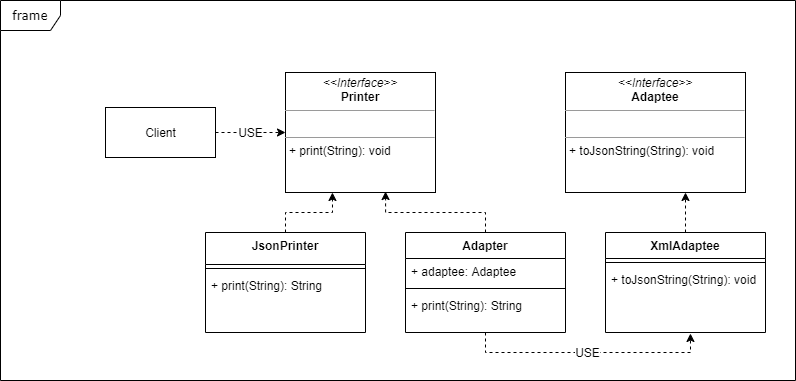
The draw.io diagram img/adapter.uml.png in puppymoon/DesignPattern, before a commit. Source tidied: cells renumbered, new cells last; positions are measured from the earlier drawing's top-left corner, leaving out a move shared by most shapes. Source of this version:
```xml
<mxGraphModel>
  <root>
    <mxCell id="0" />
    <mxCell id="1" parent="0" />
    <mxCell id="2" value="frame" style="shape=umlFrame;whiteSpace=wrap;html=1;rounded=0;shadow=0;comic=0;labelBackgroundColor=none;strokeWidth=1;fontFamily=Verdana;fontSize=10;align=center;" parent="1" vertex="1">
      <mxGeometry width="795" height="380" as="geometry" />
    </mxCell>
    <mxCell id="3" value="&lt;p style=&quot;margin: 0px ; margin-top: 4px ; text-align: center&quot;&gt;&lt;i&gt;&amp;lt;&amp;lt;Interface&amp;gt;&amp;gt;&lt;/i&gt;&lt;br&gt;&lt;b&gt;Adaptee&lt;/b&gt;&lt;br&gt;&lt;/p&gt;&lt;hr size=&quot;1&quot;&gt;&lt;p style=&quot;margin: 0px ; margin-left: 4px&quot;&gt;&lt;br&gt;&lt;/p&gt;&lt;hr size=&quot;1&quot;&gt;&lt;p style=&quot;margin: 0px ; margin-left: 4px&quot;&gt;+ toJsonString(String): void&lt;br&gt;&lt;/p&gt;" style="verticalAlign=top;align=left;overflow=fill;fontSize=12;fontFamily=Helvetica;html=1;rounded=0;shadow=0;comic=0;labelBackgroundColor=none;strokeWidth=1;" parent="1" vertex="1">
      <mxGeometry x="565" y="72" width="180" height="120" as="geometry" />
    </mxCell>
    <mxCell id="4" value="&lt;p style=&quot;margin: 0px ; margin-top: 4px ; text-align: center&quot;&gt;&lt;i&gt;&amp;lt;&amp;lt;Interface&amp;gt;&amp;gt;&lt;/i&gt;&lt;br&gt;&lt;b&gt;Printer&lt;/b&gt;&lt;br&gt;&lt;/p&gt;&lt;hr size=&quot;1&quot;&gt;&lt;p style=&quot;margin: 0px ; margin-left: 4px&quot;&gt;&lt;br&gt;&lt;/p&gt;&lt;hr size=&quot;1&quot;&gt;&lt;p style=&quot;margin: 0px ; margin-left: 4px&quot;&gt;+ print(String): void&lt;br&gt;&lt;/p&gt;" style="verticalAlign=top;align=left;overflow=fill;fontSize=12;fontFamily=Helvetica;html=1;rounded=0;shadow=0;comic=0;labelBackgroundColor=none;strokeWidth=1;" parent="1" vertex="1">
      <mxGeometry x="285" y="72" width="150" height="120" as="geometry" />
    </mxCell>
    <mxCell id="5" style="edgeStyle=orthogonalEdgeStyle;rounded=0;jettySize=auto;html=1;exitX=0.5;exitY=0;exitDx=0;exitDy=0;entryX=0.313;entryY=1;entryDx=0;entryDy=0;entryPerimeter=0;jumpStyle=none;dashed=1;" parent="1" edge="1" source="6" target="4">
      <mxGeometry relative="1" as="geometry" />
    </mxCell>
    <mxCell id="6" value="JsonPrinter" style="swimlane;fontStyle=1;align=center;verticalAlign=top;horizontal=1;startSize=32;" parent="1" vertex="1">
      <mxGeometry x="205" y="232" width="160" height="100" as="geometry" />
    </mxCell>
    <mxCell id="7" style="line;strokeWidth=1;fillColor=none;align=left;verticalAlign=middle;spacingTop=-1;spacingLeft=3;spacingRight=3;labelPosition=right;" parent="6" vertex="1">
      <mxGeometry y="32" width="160" height="8" as="geometry" />
    </mxCell>
    <mxCell id="8" value="+ print(String): String" style="text;strokeColor=none;fillColor=none;align=left;verticalAlign=top;spacingLeft=4;spacingRight=4;overflow=hidden;" parent="6" vertex="1">
      <mxGeometry y="40" width="160" height="60" as="geometry" />
    </mxCell>
    <mxCell id="9" style="edgeStyle=orthogonalEdgeStyle;rounded=0;jumpStyle=none;jettySize=auto;html=1;exitX=0.5;exitY=0;exitDx=0;exitDy=0;dashed=1;" parent="1" edge="1" source="10">
      <mxGeometry relative="1" as="geometry">
        <mxPoint x="685" y="192" as="targetPoint" />
        <Array as="points">
          <mxPoint x="685" y="192" />
        </Array>
      </mxGeometry>
    </mxCell>
    <mxCell id="10" value="XmlAdaptee" style="swimlane;fontStyle=1;align=center;verticalAlign=top;horizontal=1;startSize=26;" parent="1" vertex="1">
      <mxGeometry x="605" y="232" width="160" height="100" as="geometry" />
    </mxCell>
    <mxCell id="11" style="line;strokeWidth=1;fillColor=none;align=left;verticalAlign=middle;spacingTop=-1;spacingLeft=3;spacingRight=3;labelPosition=right;" parent="10" vertex="1">
      <mxGeometry y="26" width="160" height="8" as="geometry" />
    </mxCell>
    <mxCell id="12" value="+ toJsonString(String): void" style="text;strokeColor=none;fillColor=none;align=left;verticalAlign=top;spacingLeft=4;spacingRight=4;overflow=hidden;points=[[0,0.5],[1,0.5]];portConstraint=eastwest;" parent="10" vertex="1">
      <mxGeometry y="34" width="160" height="66" as="geometry" />
    </mxCell>
    <mxCell id="13" style="edgeStyle=orthogonalEdgeStyle;rounded=0;jettySize=auto;html=1;exitX=0.5;exitY=0;exitDx=0;exitDy=0;entryX=0.667;entryY=0.992;entryDx=0;entryDy=0;entryPerimeter=0;dashed=1;" parent="1" edge="1" source="15" target="4">
      <mxGeometry relative="1" as="geometry" />
    </mxCell>
    <mxCell id="14" value="USE" style="edgeStyle=orthogonalEdgeStyle;rounded=0;jumpStyle=none;jettySize=auto;html=1;entryX=0.531;entryY=1.015;entryDx=0;entryDy=0;entryPerimeter=0;dashed=1;" parent="1" edge="1" source="15" target="12">
      <mxGeometry relative="1" as="geometry">
        <Array as="points">
          <mxPoint x="485" y="352" />
          <mxPoint x="690" y="352" />
        </Array>
      </mxGeometry>
    </mxCell>
    <mxCell id="15" value="Adapter" style="swimlane;fontStyle=1;align=center;verticalAlign=top;horizontal=1;startSize=26;" parent="1" vertex="1">
      <mxGeometry x="405" y="232" width="160" height="100" as="geometry" />
    </mxCell>
    <mxCell id="16" value="+ adaptee: Adaptee" style="text;strokeColor=none;fillColor=none;align=left;verticalAlign=top;spacingLeft=4;spacingRight=4;overflow=hidden;" parent="15" vertex="1">
      <mxGeometry y="26" width="160" height="26" as="geometry" />
    </mxCell>
    <mxCell id="17" style="line;strokeWidth=1;fillColor=none;align=left;verticalAlign=middle;spacingTop=-1;spacingLeft=3;spacingRight=3;labelPosition=right;" parent="15" vertex="1">
      <mxGeometry y="52" width="160" height="8" as="geometry" />
    </mxCell>
    <mxCell id="18" value="+ print(String): String" style="text;strokeColor=none;fillColor=none;align=left;verticalAlign=top;spacingLeft=4;spacingRight=4;overflow=hidden;" parent="15" vertex="1">
      <mxGeometry y="60" width="160" height="40" as="geometry" />
    </mxCell>
    <mxCell id="19" value="USE" style="edgeStyle=orthogonalEdgeStyle;rounded=0;jumpStyle=none;jettySize=auto;html=1;dashed=1;" parent="1" edge="1" source="20" target="4">
      <mxGeometry relative="1" as="geometry" />
    </mxCell>
    <mxCell id="20" value="Client" style="html=1;" parent="1" vertex="1">
      <mxGeometry x="105" y="107" width="110" height="50" as="geometry" />
    </mxCell>
  </root>
</mxGraphModel>
```
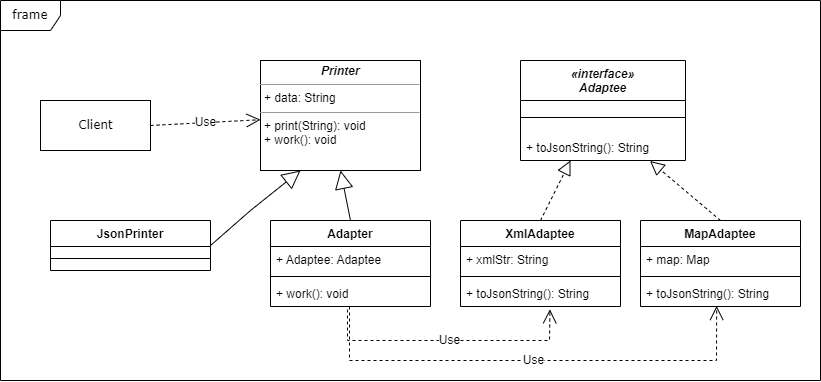
After the change.

Change to the diagram source:
```diff
@@ -3,71 +3,105 @@
     <mxCell id="0" />
     <mxCell id="1" parent="0" />
     <mxCell id="2" value="frame" style="shape=umlFrame;whiteSpace=wrap;html=1;rounded=0;shadow=0;comic=0;labelBackgroundColor=none;strokeWidth=1;fontFamily=Verdana;fontSize=10;align=center;" parent="1" vertex="1">
-      <mxGeometry width="795" height="380" as="geometry" />
+      <mxGeometry x="5" y="10" width="820" height="380" as="geometry" />
     </mxCell>
-    <mxCell id="3" value="&lt;p style=&quot;margin: 0px ; margin-top: 4px ; text-align: center&quot;&gt;&lt;i&gt;&amp;lt;&amp;lt;Interface&amp;gt;&amp;gt;&lt;/i&gt;&lt;br&gt;&lt;b&gt;Adaptee&lt;/b&gt;&lt;br&gt;&lt;/p&gt;&lt;hr size=&quot;1&quot;&gt;&lt;p style=&quot;margin: 0px ; margin-left: 4px&quot;&gt;&lt;br&gt;&lt;/p&gt;&lt;hr size=&quot;1&quot;&gt;&lt;p style=&quot;margin: 0px ; margin-left: 4px&quot;&gt;+ toJsonString(String): void&lt;br&gt;&lt;/p&gt;" style="verticalAlign=top;align=left;overflow=fill;fontSize=12;fontFamily=Helvetica;html=1;rounded=0;shadow=0;comic=0;labelBackgroundColor=none;strokeWidth=1;" parent="1" vertex="1">
-      <mxGeometry x="565" y="72" width="180" height="120" as="geometry" />
-    </mxCell>
-    <mxCell id="4" value="&lt;p style=&quot;margin: 0px ; margin-top: 4px ; text-align: center&quot;&gt;&lt;i&gt;&amp;lt;&amp;lt;Interface&amp;gt;&amp;gt;&lt;/i&gt;&lt;br&gt;&lt;b&gt;Printer&lt;/b&gt;&lt;br&gt;&lt;/p&gt;&lt;hr size=&quot;1&quot;&gt;&lt;p style=&quot;margin: 0px ; margin-left: 4px&quot;&gt;&lt;br&gt;&lt;/p&gt;&lt;hr size=&quot;1&quot;&gt;&lt;p style=&quot;margin: 0px ; margin-left: 4px&quot;&gt;+ print(String): void&lt;br&gt;&lt;/p&gt;" style="verticalAlign=top;align=left;overflow=fill;fontSize=12;fontFamily=Helvetica;html=1;rounded=0;shadow=0;comic=0;labelBackgroundColor=none;strokeWidth=1;" parent="1" vertex="1">
-      <mxGeometry x="285" y="72" width="150" height="120" as="geometry" />
-    </mxCell>
-    <mxCell id="5" style="edgeStyle=orthogonalEdgeStyle;rounded=0;jettySize=auto;html=1;exitX=0.5;exitY=0;exitDx=0;exitDy=0;entryX=0.313;entryY=1;entryDx=0;entryDy=0;entryPerimeter=0;jumpStyle=none;dashed=1;" parent="1" edge="1" source="6" target="4">
-      <mxGeometry relative="1" as="geometry" />
-    </mxCell>
+    <mxCell id="20" value="Client" style="html=1;rounded=0;shadow=0;comic=0;labelBackgroundColor=none;strokeWidth=1;fontFamily=Verdana;fontSize=10;align=center;" parent="1" vertex="1">
+      <mxGeometry x="45" y="110" width="110" height="50" as="geometry" />
+    </mxCell>
+    <mxCell id="15" value="Adapter" style="swimlane;fontStyle=1;align=center;verticalAlign=top;horizontal=1;startSize=26;" parent="1" vertex="1">
+      <mxGeometry x="275" y="230" width="160" height="86" as="geometry" />
+    </mxCell>
+    <mxCell id="21" value="+ Adaptee: Adaptee" style="text;strokeColor=none;fillColor=none;align=left;verticalAlign=top;spacingLeft=4;spacingRight=4;overflow=hidden;fontStyle=0;" parent="15" vertex="1">
+      <mxGeometry y="26" width="160" height="26" as="geometry" />
+    </mxCell>
+    <mxCell id="22" style="line;strokeWidth=1;fillColor=none;align=left;verticalAlign=middle;spacingTop=-1;spacingLeft=3;spacingRight=3;labelPosition=right;" parent="15" vertex="1">
+      <mxGeometry y="52" width="160" height="8" as="geometry" />
+    </mxCell>
+    <mxCell id="23" value="+ work(): void" style="text;strokeColor=none;fillColor=none;align=left;verticalAlign=top;spacingLeft=4;spacingRight=4;overflow=hidden;" parent="15" vertex="1">
+      <mxGeometry y="60" width="160" height="26" as="geometry" />
+    </mxCell>
-    <mxCell id="6" value="JsonPrinter" style="swimlane;fontStyle=1;align=center;verticalAlign=top;horizontal=1;startSize=32;" parent="1" vertex="1">
-      <mxGeometry x="205" y="232" width="160" height="100" as="geometry" />
+    <mxCell id="6" value="JsonPrinter" style="swimlane;fontStyle=1;align=center;verticalAlign=top;horizontal=1;startSize=26;" parent="1" vertex="1">
+      <mxGeometry x="55" y="230" width="160" height="50" as="geometry" />
     </mxCell>
-    <mxCell id="7" style="line;strokeWidth=1;fillColor=none;align=left;verticalAlign=middle;spacingTop=-1;spacingLeft=3;spacingRight=3;labelPosition=right;" parent="6" vertex="1">
-      <mxGeometry y="32" width="160" height="8" as="geometry" />
-    </mxCell>
-    <mxCell id="8" value="+ print(String): String" style="text;strokeColor=none;fillColor=none;align=left;verticalAlign=top;spacingLeft=4;spacingRight=4;overflow=hidden;" parent="6" vertex="1">
-      <mxGeometry y="40" width="160" height="60" as="geometry" />
-    </mxCell>
-    <mxCell id="9" style="edgeStyle=orthogonalEdgeStyle;rounded=0;jumpStyle=none;jettySize=auto;html=1;exitX=0.5;exitY=0;exitDx=0;exitDy=0;dashed=1;" parent="1" edge="1" source="10">
-      <mxGeometry relative="1" as="geometry">
-        <mxPoint x="685" y="192" as="targetPoint" />
-        <Array as="points">
-          <mxPoint x="685" y="192" />
-        </Array>
-      </mxGeometry>
-    </mxCell>
+    <mxCell id="24" style="line;strokeWidth=1;fillColor=none;align=left;verticalAlign=middle;spacingTop=-1;spacingLeft=3;spacingRight=3;labelPosition=right;" parent="6" vertex="1">
+      <mxGeometry y="26" width="160" height="24" as="geometry" />
+    </mxCell>
+    <mxCell id="25" value="MapAdaptee" style="swimlane;fontStyle=1;align=center;verticalAlign=top;horizontal=1;startSize=26;" parent="1" vertex="1">
+      <mxGeometry x="645" y="230" width="160" height="86" as="geometry" />
+    </mxCell>
+    <mxCell id="26" value="+ map: Map" style="text;strokeColor=none;fillColor=none;align=left;verticalAlign=top;spacingLeft=4;spacingRight=4;overflow=hidden;" parent="25" vertex="1">
+      <mxGeometry y="26" width="160" height="26" as="geometry" />
+    </mxCell>
+    <mxCell id="27" style="line;strokeWidth=1;fillColor=none;align=left;verticalAlign=middle;spacingTop=-1;spacingLeft=3;spacingRight=3;labelPosition=right;" parent="25" vertex="1">
+      <mxGeometry y="52" width="160" height="8" as="geometry" />
+    </mxCell>
+    <mxCell id="28" value="+ toJsonString(): String" style="text;strokeColor=none;fillColor=none;align=left;verticalAlign=top;spacingLeft=4;spacingRight=4;overflow=hidden;points=[[0,0.5],[1,0.5]];portConstraint=eastwest;" parent="25" vertex="1">
+      <mxGeometry y="60" width="160" height="26" as="geometry" />
+    </mxCell>
     <mxCell id="10" value="XmlAdaptee" style="swimlane;fontStyle=1;align=center;verticalAlign=top;horizontal=1;startSize=26;" parent="1" vertex="1">
-      <mxGeometry x="605" y="232" width="160" height="100" as="geometry" />
+      <mxGeometry x="465" y="230" width="160" height="86" as="geometry" />
     </mxCell>
-    <mxCell id="11" style="line;strokeWidth=1;fillColor=none;align=left;verticalAlign=middle;spacingTop=-1;spacingLeft=3;spacingRight=3;labelPosition=right;" parent="10" vertex="1">
-      <mxGeometry y="26" width="160" height="8" as="geometry" />
-    </mxCell>
-    <mxCell id="12" value="+ toJsonString(String): void" style="text;strokeColor=none;fillColor=none;align=left;verticalAlign=top;spacingLeft=4;spacingRight=4;overflow=hidden;points=[[0,0.5],[1,0.5]];portConstraint=eastwest;" parent="10" vertex="1">
-      <mxGeometry y="34" width="160" height="66" as="geometry" />
-    </mxCell>
-    <mxCell id="13" style="edgeStyle=orthogonalEdgeStyle;rounded=0;jettySize=auto;html=1;exitX=0.5;exitY=0;exitDx=0;exitDy=0;entryX=0.667;entryY=0.992;entryDx=0;entryDy=0;entryPerimeter=0;dashed=1;" parent="1" edge="1" source="15" target="4">
-      <mxGeometry relative="1" as="geometry" />
-    </mxCell>
-    <mxCell id="14" value="USE" style="edgeStyle=orthogonalEdgeStyle;rounded=0;jumpStyle=none;jettySize=auto;html=1;entryX=0.531;entryY=1.015;entryDx=0;entryDy=0;entryPerimeter=0;dashed=1;" parent="1" edge="1" source="15" target="12">
-      <mxGeometry relative="1" as="geometry">
-        <Array as="points">
-          <mxPoint x="485" y="352" />
-          <mxPoint x="690" y="352" />
-        </Array>
-      </mxGeometry>
-    </mxCell>
-    <mxCell id="15" value="Adapter" style="swimlane;fontStyle=1;align=center;verticalAlign=top;horizontal=1;startSize=26;" parent="1" vertex="1">
-      <mxGeometry x="405" y="232" width="160" height="100" as="geometry" />
-    </mxCell>
-    <mxCell id="16" value="+ adaptee: Adaptee" style="text;strokeColor=none;fillColor=none;align=left;verticalAlign=top;spacingLeft=4;spacingRight=4;overflow=hidden;" parent="15" vertex="1">
-      <mxGeometry y="26" width="160" height="26" as="geometry" />
-    </mxCell>
-    <mxCell id="17" style="line;strokeWidth=1;fillColor=none;align=left;verticalAlign=middle;spacingTop=-1;spacingLeft=3;spacingRight=3;labelPosition=right;" parent="15" vertex="1">
-      <mxGeometry y="52" width="160" height="8" as="geometry" />
-    </mxCell>
-    <mxCell id="18" value="+ print(String): String" style="text;strokeColor=none;fillColor=none;align=left;verticalAlign=top;spacingLeft=4;spacingRight=4;overflow=hidden;" parent="15" vertex="1">
-      <mxGeometry y="60" width="160" height="40" as="geometry" />
-    </mxCell>
-    <mxCell id="19" value="USE" style="edgeStyle=orthogonalEdgeStyle;rounded=0;jumpStyle=none;jettySize=auto;html=1;dashed=1;" parent="1" edge="1" source="20" target="4">
-      <mxGeometry relative="1" as="geometry" />
-    </mxCell>
-    <mxCell id="20" value="Client" style="html=1;" parent="1" vertex="1">
-      <mxGeometry x="105" y="107" width="110" height="50" as="geometry" />
-    </mxCell>
+    <mxCell id="29" value="+ xmlStr: String" style="text;strokeColor=none;fillColor=none;align=left;verticalAlign=top;spacingLeft=4;spacingRight=4;overflow=hidden;" parent="10" vertex="1">
+      <mxGeometry y="26" width="160" height="26" as="geometry" />
+    </mxCell>
+    <mxCell id="30" style="line;strokeWidth=1;fillColor=none;align=left;verticalAlign=middle;spacingTop=-1;spacingLeft=3;spacingRight=3;labelPosition=right;" parent="10" vertex="1">
+      <mxGeometry y="52" width="160" height="8" as="geometry" />
+    </mxCell>
+    <mxCell id="31" value="+ toJsonString(): String" style="text;strokeColor=none;fillColor=none;align=left;verticalAlign=top;spacingLeft=4;spacingRight=4;overflow=hidden;points=[[0,0.5],[1,0.5]];portConstraint=eastwest;" parent="10" vertex="1">
+      <mxGeometry y="60" width="160" height="26" as="geometry" />
+    </mxCell>
+    <mxCell id="32" value="&lt;p style=&quot;margin: 0px ; margin-top: 4px ; text-align: center&quot;&gt;&lt;b&gt;&lt;i&gt;Printer&lt;/i&gt;&lt;/b&gt;&lt;/p&gt;&lt;hr size=&quot;1&quot;&gt;&lt;p style=&quot;margin: 0px ; margin-left: 4px&quot;&gt;+ data: String&lt;br&gt;&lt;/p&gt;&lt;hr size=&quot;1&quot;&gt;&lt;p style=&quot;margin: 0px ; margin-left: 4px&quot;&gt;+ print(String): void&lt;br&gt;+ work(): void&lt;/p&gt;" style="verticalAlign=top;align=left;overflow=fill;fontSize=12;fontFamily=Helvetica;html=1;rounded=0;shadow=0;comic=0;labelBackgroundColor=none;strokeWidth=1;" parent="1" vertex="1">
+      <mxGeometry x="265" y="70" width="160" height="110" as="geometry" />
+    </mxCell>
+    <mxCell id="33" value="«interface»&#10;Adaptee" style="swimlane;fontStyle=3;align=center;verticalAlign=top;horizontal=1;startSize=40;" parent="1" vertex="1">
+      <mxGeometry x="525" y="70" width="165" height="100" as="geometry" />
+    </mxCell>
+    <mxCell id="34" style="line;strokeWidth=1;fillColor=none;align=left;verticalAlign=middle;spacingTop=-1;spacingLeft=3;spacingRight=3;labelPosition=right;" parent="33" vertex="1">
+      <mxGeometry y="40" width="165" height="34" as="geometry" />
+    </mxCell>
+    <mxCell id="35" value="+ toJsonString(): String" style="text;strokeColor=none;fillColor=none;align=left;verticalAlign=top;spacingLeft=4;spacingRight=4;overflow=hidden;points=[[0,0.5],[1,0.5]];portConstraint=eastwest;" parent="33" vertex="1">
+      <mxGeometry y="74" width="165" height="26" as="geometry" />
+    </mxCell>
+    <mxCell id="36" value="Use" style="endArrow=open;endSize=12;dashed=1;html=1;rounded=0;exitX=1;exitY=0.5;exitDx=0;exitDy=0;" parent="1" edge="1" source="20" target="32">
+      <mxGeometry relative="1" as="geometry" />
+    </mxCell>
+    <mxCell id="37" style="endArrow=block;endSize=16;endFill=0;html=1;rounded=0;entryX=0.25;entryY=1;entryDx=0;entryDy=0;exitX=1;exitY=0.5;exitDx=0;exitDy=0;" parent="1" edge="1" source="6" target="32">
+      <mxGeometry relative="1" as="geometry">
+        <Array as="points">
+          <mxPoint x="255" y="220" />
+        </Array>
+      </mxGeometry>
+    </mxCell>
+    <mxCell id="38" style="endArrow=block;endSize=16;endFill=0;html=1;rounded=0;entryX=0.5;entryY=1;entryDx=0;entryDy=0;exitX=0.5;exitY=0;exitDx=0;exitDy=0;" parent="1" edge="1" source="15" target="32">
+      <mxGeometry relative="1" as="geometry" />
+    </mxCell>
+    <mxCell id="39" value="Use" style="endArrow=open;endSize=12;dashed=1;html=1;rounded=0;entryX=0.559;entryY=1.109;entryDx=0;entryDy=0;entryPerimeter=0;" parent="1" edge="1" target="31">
+      <mxGeometry relative="1" as="geometry">
+        <mxPoint x="352" y="319" as="sourcePoint" />
+        <Array as="points">
+          <mxPoint x="352" y="330" />
+          <mxPoint x="352" y="350" />
+          <mxPoint x="455" y="350" />
+          <mxPoint x="554" y="350" />
+        </Array>
+      </mxGeometry>
+    </mxCell>
+    <mxCell id="40" value="Use" style="endArrow=open;endSize=12;dashed=1;html=1;rounded=0;entryX=0.476;entryY=0.981;entryDx=0;entryDy=0;entryPerimeter=0;" parent="1" edge="1" target="28">
+      <mxGeometry relative="1" as="geometry">
+        <mxPoint x="354" y="316" as="sourcePoint" />
+        <Array as="points">
+          <mxPoint x="354" y="370" />
+          <mxPoint x="721" y="370" />
+        </Array>
+      </mxGeometry>
+    </mxCell>
+    <mxCell id="41" style="endArrow=block;dashed=1;endFill=0;endSize=12;html=1;rounded=0;exitX=0.5;exitY=0;exitDx=0;exitDy=0;" parent="1" edge="1" source="10">
+      <mxGeometry relative="1" as="geometry">
+        <mxPoint x="575" y="170" as="targetPoint" />
+      </mxGeometry>
+    </mxCell>
+    <mxCell id="42" style="endArrow=block;dashed=1;endFill=0;endSize=12;html=1;rounded=0;entryX=0.785;entryY=1.019;entryDx=0;entryDy=0;entryPerimeter=0;exitX=0.5;exitY=0;exitDx=0;exitDy=0;" parent="1" edge="1" source="25" target="35">
+      <mxGeometry relative="1" as="geometry" />
+    </mxCell>
   </root>
 </mxGraphModel>
```
